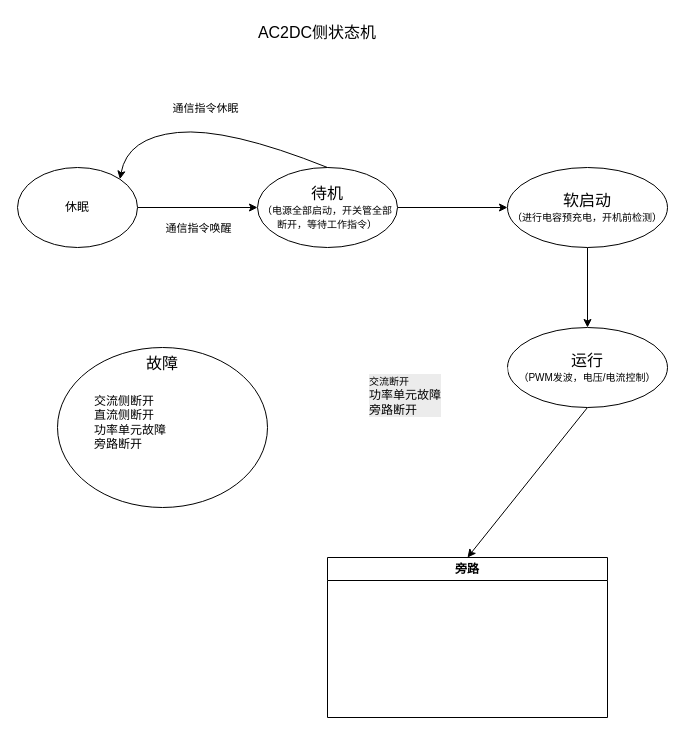
This is page "状态机" (11 of 11) of SST系统软件架构.drawio from gscaszhou/Graph, a draw.io file, before an edit. Source tidied: cells renumbered, new cells numbered last; positions are measured from the earlier drawing's top-left corner, leaving out a move shared by most shapes. Both pictures are drawn from the tidied source at 100%, with x=0, y=0 at pixel (17, 17).
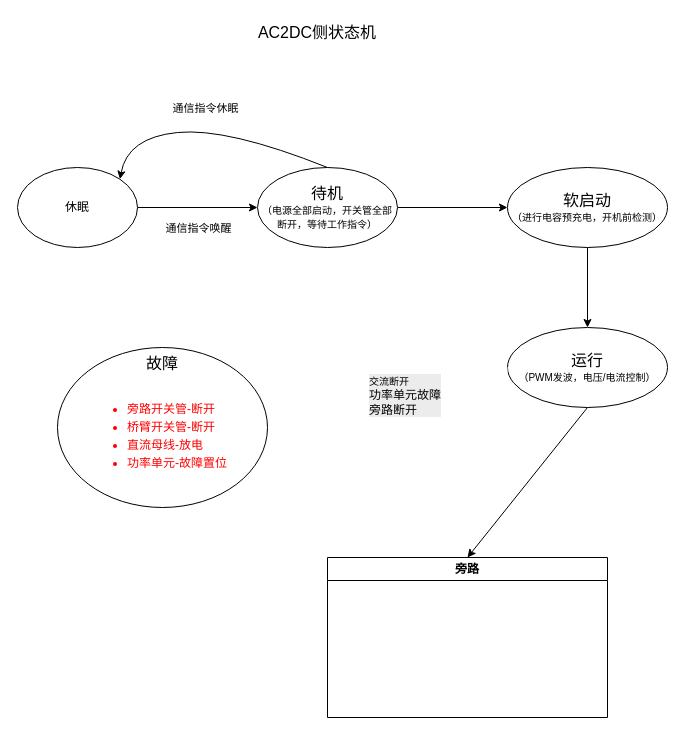
Above is the later version.

Commit message:
功率单元AC2DC状态机

What changed in the source:
```diff
@@
-    <mxCell id="14" value="&lt;span style=&quot;font-size: 16px;&quot;&gt;故障&lt;/span&gt;&lt;br&gt;&lt;div style=&quot;text-align: left;&quot;&gt;&lt;br&gt;&lt;/div&gt;" style="ellipse;whiteSpace=wrap;html=1;shapeInside=1;verticalAlign=top;" parent="1" vertex="1">
+    <mxCell id="14" value="&lt;span style=&quot;font-size: 16px;&quot;&gt;故障&lt;/span&gt;" style="ellipse;whiteSpace=wrap;html=1;shapeInside=1;verticalAlign=top;" parent="1" vertex="1">
       <mxGeometry x="40" y="330" width="210" height="160" as="geometry" />
     </mxCell>
@@
-    <mxCell id="17" value="&lt;span style=&quot;color: light-dark(rgb(0, 0, 0), rgb(255, 255, 255)); background-color: transparent;&quot;&gt;交流侧断开&lt;/span&gt;&lt;div&gt;&lt;span&gt;直流侧断开&lt;br&gt;&lt;/span&gt;&lt;span style=&quot;color: light-dark(rgb(0, 0, 0), rgb(255, 255, 255)); background-color: transparent;&quot;&gt;功率单元故障&lt;/span&gt;&lt;br&gt;&lt;span style=&quot;color: light-dark(rgb(0, 0, 0), rgb(255, 255, 255)); background-color: transparent;&quot;&gt;旁路断开&lt;/span&gt;&lt;/div&gt;" style="text;html=1;whiteSpace=wrap;strokeColor=none;fillColor=none;align=left;verticalAlign=middle;rounded=0;fontSize=12;" parent="1" vertex="1">
-      <mxGeometry x="75" y="370" width="140" height="70" as="geometry" />
+    <mxCell id="17" value="&lt;ul style=&quot;line-height: 150%;&quot;&gt;&lt;li&gt;&lt;span style=&quot;background-color: transparent;&quot;&gt;旁路开关管-断开&lt;/span&gt;&lt;/li&gt;&lt;li&gt;&lt;span style=&quot;background-color: transparent; color: light-dark(rgb(255, 0, 0), rgb(255, 144, 144));&quot;&gt;桥臂开关管-断开&lt;/span&gt;&lt;/li&gt;&lt;li&gt;&lt;span&gt;直流母线-放电&lt;/span&gt;&lt;/li&gt;&lt;li&gt;&lt;span style=&quot;background-color: transparent;&quot;&gt;功率单元-故障置位&lt;/span&gt;&lt;/li&gt;&lt;/ul&gt;" style="text;html=1;whiteSpace=wrap;strokeColor=none;fillColor=none;align=left;verticalAlign=middle;rounded=0;fontSize=12;fontColor=#FF0000;spacingTop=2;" parent="1" vertex="1">
+      <mxGeometry x="67.5" y="365.8" width="155" height="102.5" as="geometry" />
     </mxCell>
```
